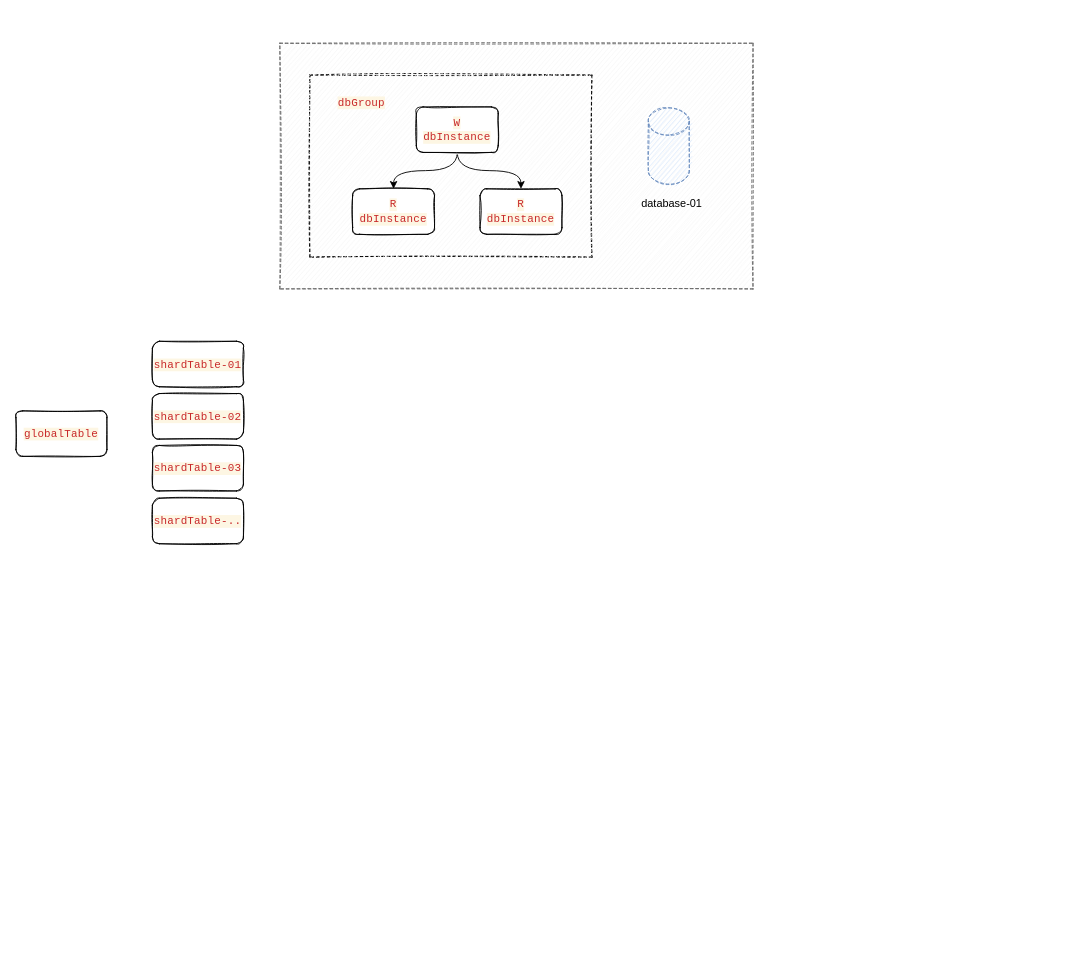
starjavaer/diagram keeps this draw.io diagram as 数据库中间件.drawio. Above is the earlier version. Source tidied: cells renumbered, new cells numbered last; positions are measured from the earlier drawing's top-left corner, leaving out a move shared by most shapes. Both pictures are drawn from the tidied source at 91%, with x=0, y=0 at pixel (15, 43).
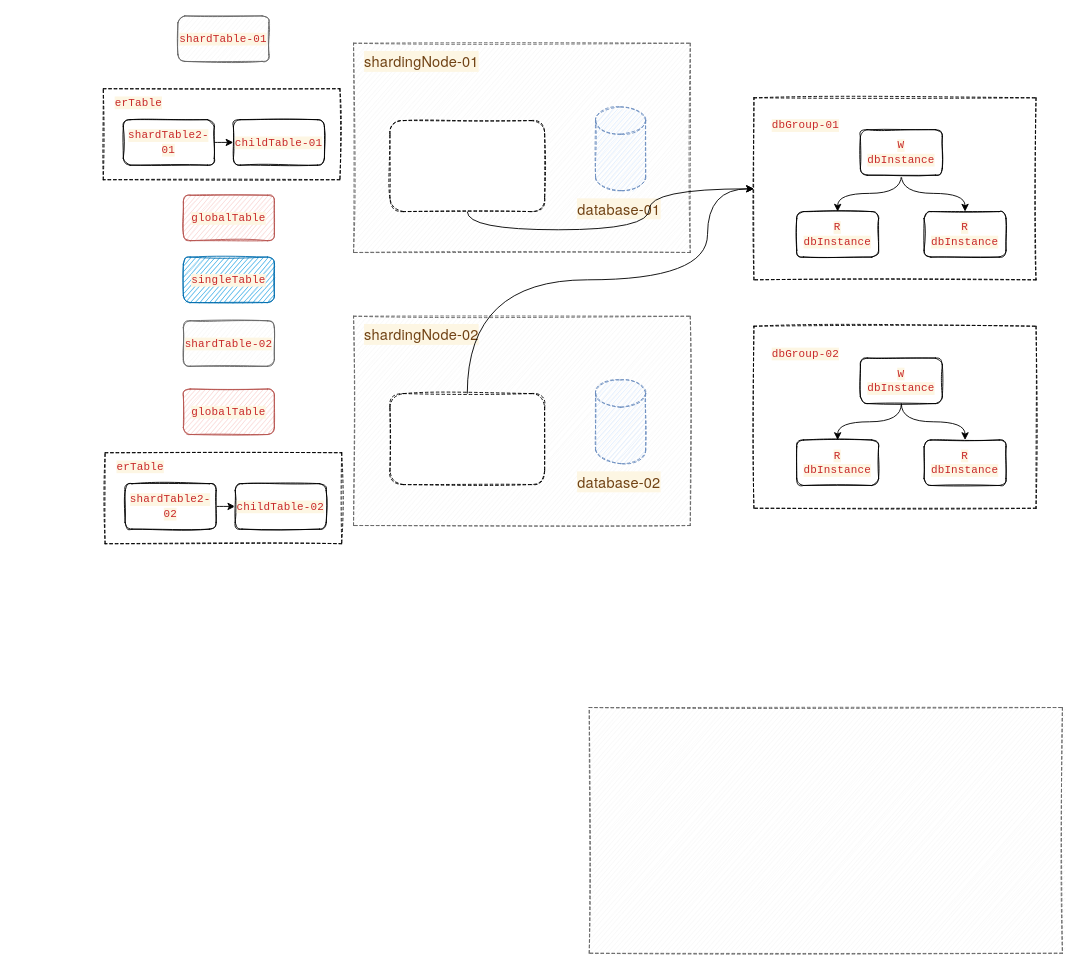
The same diagram, later.

Commit message (it also covers changes not shown here):
Update 数据库中间件.drawio

Diff of the diagram source:
```diff
@@
+    <mxCell id="17" style="rounded=0;whiteSpace=wrap;html=1;dashed=1;sketch=1;" parent="1" vertex="1">
+      <mxGeometry x="96" y="50" width="260" height="100" as="geometry" />
+    </mxCell>
+    <mxCell id="3" style="rounded=0;whiteSpace=wrap;html=1;sketch=1;fillColor=#f5f5f5;fontColor=#333333;strokeColor=#666666;dashed=1;" parent="1" vertex="1">
+      <mxGeometry x="371" width="370" height="230" as="geometry" />
+    </mxCell>
     <mxCell id="2" style="rounded=0;whiteSpace=wrap;html=1;dashed=1;sketch=1;" parent="1" vertex="1">
-      <mxGeometry x="323" y="35" width="310" height="200" as="geometry" />
+      <mxGeometry x="811" y="60" width="310" height="200" as="geometry" />
     </mxCell>
-    <mxCell id="3" style="rounded=0;whiteSpace=wrap;html=1;sketch=1;fillColor=#f5f5f5;fontColor=#333333;strokeColor=#666666;dashed=1;" parent="1" vertex="1">
-      <mxGeometry x="290" width="520" height="270" as="geometry" />
-    </mxCell>
@@
     <mxCell id="6" value="&lt;span style=&quot;color: rgb(200 , 40 , 41) ; font-size: inherit ; font-family: &amp;#34;consolas&amp;#34; , &amp;#34;liberation mono&amp;#34; , &amp;#34;menlo&amp;#34; , &amp;#34;courier&amp;#34; , monospace ; background-color: rgb(253 , 246 , 227) ; letter-spacing: 0.2px&quot;&gt;W dbInstance&lt;/span&gt;" style="rounded=1;whiteSpace=wrap;html=1;sketch=1;" parent="1" vertex="1">
-      <mxGeometry x="440" y="70" width="90" height="50" as="geometry" />
+      <mxGeometry x="928" y="95" width="90" height="50" as="geometry" />
     </mxCell>
     <mxCell id="7" value="&lt;span style=&quot;color: rgb(200 , 40 , 41) ; font-family: &amp;#34;consolas&amp;#34; , &amp;#34;liberation mono&amp;#34; , &amp;#34;menlo&amp;#34; , &amp;#34;courier&amp;#34; , monospace ; letter-spacing: 0.2px ; background-color: rgb(253 , 246 , 227)&quot;&gt;R&lt;br&gt;&lt;/span&gt;&lt;span style=&quot;color: rgb(200 , 40 , 41) ; font-size: inherit ; font-family: &amp;#34;consolas&amp;#34; , &amp;#34;liberation mono&amp;#34; , &amp;#34;menlo&amp;#34; , &amp;#34;courier&amp;#34; , monospace ; background-color: rgb(253 , 246 , 227) ; letter-spacing: 0.2px&quot;&gt;dbInstance&lt;/span&gt;" style="rounded=1;whiteSpace=wrap;html=1;sketch=1;" parent="1" vertex="1">
-      <mxGeometry x="370" y="160" width="90" height="50" as="geometry" />
+      <mxGeometry x="858" y="185" width="90" height="50" as="geometry" />
     </mxCell>
     <mxCell id="8" value="&lt;span style=&quot;color: rgb(200 , 40 , 41) ; font-family: &amp;#34;consolas&amp;#34; , &amp;#34;liberation mono&amp;#34; , &amp;#34;menlo&amp;#34; , &amp;#34;courier&amp;#34; , monospace ; letter-spacing: 0.2px ; background-color: rgb(253 , 246 , 227)&quot;&gt;R&lt;br&gt;&lt;/span&gt;&lt;span style=&quot;font-size: inherit ; color: rgb(200 , 40 , 41) ; font-family: &amp;#34;consolas&amp;#34; , &amp;#34;liberation mono&amp;#34; , &amp;#34;menlo&amp;#34; , &amp;#34;courier&amp;#34; , monospace ; background-color: rgb(253 , 246 , 227) ; letter-spacing: 0.2px&quot;&gt;dbInstance&lt;/span&gt;" style="rounded=1;whiteSpace=wrap;html=1;sketch=1;" parent="1" vertex="1">
-      <mxGeometry x="510" y="160" width="90" height="50" as="geometry" />
+      <mxGeometry x="998" y="185" width="90" height="50" as="geometry" />
     </mxCell>
-    <mxCell id="9" value="&lt;span style=&quot;color: rgb(200 , 40 , 41) ; font-family: &amp;#34;consolas&amp;#34; , &amp;#34;liberation mono&amp;#34; , &amp;#34;menlo&amp;#34; , &amp;#34;courier&amp;#34; , monospace ; letter-spacing: 0.2px ; background-color: rgb(253 , 246 , 227)&quot;&gt;dbGroup&lt;/span&gt;" style="text;html=1;strokeColor=none;fillColor=none;align=center;verticalAlign=middle;whiteSpace=wrap;rounded=0;dashed=1;sketch=1;" parent="1" vertex="1">
-      <mxGeometry x="340" y="50" width="80" height="30" as="geometry" />
+    <mxCell id="9" value="&lt;span style=&quot;color: rgb(200 , 40 , 41) ; font-family: &amp;#34;consolas&amp;#34; , &amp;#34;liberation mono&amp;#34; , &amp;#34;menlo&amp;#34; , &amp;#34;courier&amp;#34; , monospace ; letter-spacing: 0.2px ; background-color: rgb(253 , 246 , 227)&quot;&gt;dbGroup-01&lt;/span&gt;" style="text;html=1;strokeColor=none;fillColor=none;align=center;verticalAlign=middle;whiteSpace=wrap;rounded=0;dashed=1;sketch=1;" parent="1" vertex="1">
+      <mxGeometry x="828" y="75" width="80" height="30" as="geometry" />
     </mxCell>
     <mxCell id="10" style="shape=cylinder3;whiteSpace=wrap;html=1;boundedLbl=1;backgroundOutline=1;size=15;dashed=1;sketch=1;fillColor=#dae8fc;strokeColor=#6c8ebf;" parent="1" vertex="1">
-      <mxGeometry x="695" y="71" width="45" height="84" as="geometry" />
+      <mxGeometry x="637" y="70" width="55" height="92" as="geometry" />
     </mxCell>
-    <mxCell id="11" value="database-01" style="text;html=1;strokeColor=none;fillColor=none;align=center;verticalAlign=middle;whiteSpace=wrap;rounded=0;dashed=1;sketch=1;" parent="1" vertex="1">
-      <mxGeometry x="686" y="161" width="70" height="30" as="geometry" />
+    <mxCell id="11" value="&lt;span style=&quot;color: rgb(112 , 66 , 20) ; font-family: &amp;#34;helvetica neue&amp;#34; , &amp;#34;helvetica&amp;#34; , &amp;#34;arial&amp;#34; , sans-serif ; font-size: 16px ; letter-spacing: 0.2px ; background-color: rgb(253 , 246 , 227)&quot;&gt;database-01&lt;/span&gt;" style="text;html=1;strokeColor=none;fillColor=none;align=center;verticalAlign=middle;whiteSpace=wrap;rounded=0;dashed=1;sketch=1;" parent="1" vertex="1">
+      <mxGeometry x="611" y="167" width="104" height="30" as="geometry" />
     </mxCell>
-    <mxCell id="12" value="&lt;font color=&quot;#c82829&quot; face=&quot;consolas, liberation mono, menlo, courier, monospace&quot;&gt;&lt;span style=&quot;letter-spacing: 0.2px ; background-color: rgb(253 , 246 , 227)&quot;&gt;shardTable-01&lt;/span&gt;&lt;/font&gt;" style="rounded=1;whiteSpace=wrap;html=1;sketch=1;" parent="1" vertex="1">
-      <mxGeometry x="150" y="327.5" width="100" height="50" as="geometry" />
+    <mxCell id="12" value="&lt;font color=&quot;#c82829&quot; face=&quot;consolas, liberation mono, menlo, courier, monospace&quot;&gt;&lt;span style=&quot;letter-spacing: 0.2px ; background-color: rgb(253 , 246 , 227)&quot;&gt;shardTable-01&lt;/span&gt;&lt;/font&gt;" style="rounded=1;whiteSpace=wrap;html=1;sketch=1;fillColor=#f5f5f5;fontColor=#333333;strokeColor=#666666;" parent="1" vertex="1">
+      <mxGeometry x="178" y="-30" width="100" height="50" as="geometry" />
     </mxCell>
-    <mxCell id="13" value="&lt;font color=&quot;#c82829&quot; face=&quot;consolas, liberation mono, menlo, courier, monospace&quot;&gt;&lt;span style=&quot;letter-spacing: 0.2px ; background-color: rgb(253 , 246 , 227)&quot;&gt;shardTable-02&lt;/span&gt;&lt;/font&gt;" style="rounded=1;whiteSpace=wrap;html=1;sketch=1;" parent="1" vertex="1">
-      <mxGeometry x="150" y="385" width="100" height="50" as="geometry" />
-    </mxCell>
-    <mxCell id="14" value="&lt;font color=&quot;#c82829&quot; face=&quot;consolas, liberation mono, menlo, courier, monospace&quot;&gt;&lt;span style=&quot;letter-spacing: 0.2px ; background-color: rgb(253 , 246 , 227)&quot;&gt;shardTable-..&lt;/span&gt;&lt;/font&gt;" style="rounded=1;whiteSpace=wrap;html=1;sketch=1;" parent="1" vertex="1">
-      <mxGeometry x="150" y="500" width="100" height="50" as="geometry" />
-    </mxCell>
-    <mxCell id="15" value="&lt;font color=&quot;#c82829&quot; face=&quot;consolas, liberation mono, menlo, courier, monospace&quot;&gt;&lt;span style=&quot;letter-spacing: 0.2px ; background-color: rgb(253 , 246 , 227)&quot;&gt;shardTable-03&lt;/span&gt;&lt;/font&gt;" style="rounded=1;whiteSpace=wrap;html=1;sketch=1;" parent="1" vertex="1">
-      <mxGeometry x="150" y="442" width="100" height="50" as="geometry" />
+    <mxCell id="15" value="&lt;font color=&quot;#c82829&quot; face=&quot;consolas, liberation mono, menlo, courier, monospace&quot;&gt;&lt;span style=&quot;letter-spacing: 0.2px ; background-color: rgb(253 , 246 , 227)&quot;&gt;shardTable-02&lt;/span&gt;&lt;/font&gt;" style="rounded=1;whiteSpace=wrap;html=1;sketch=1;fillColor=#f5f5f5;fontColor=#333333;strokeColor=#666666;" parent="1" vertex="1">
+      <mxGeometry x="184" y="305" width="100" height="50" as="geometry" />
     </mxCell>
-    <mxCell id="16" value="&lt;font color=&quot;#c82829&quot; face=&quot;consolas, liberation mono, menlo, courier, monospace&quot;&gt;&lt;span style=&quot;letter-spacing: 0.2px ; background-color: rgb(253 , 246 , 227)&quot;&gt;globalTable&lt;/span&gt;&lt;/font&gt;" style="rounded=1;whiteSpace=wrap;html=1;sketch=1;" parent="1" vertex="1">
-      <mxGeometry y="404" width="100" height="50" as="geometry" />
+    <mxCell id="16" value="&lt;font color=&quot;#c82829&quot; face=&quot;consolas, liberation mono, menlo, courier, monospace&quot;&gt;&lt;span style=&quot;letter-spacing: 0.2px ; background-color: rgb(253 , 246 , 227)&quot;&gt;globalTable&lt;/span&gt;&lt;/font&gt;" style="rounded=1;whiteSpace=wrap;html=1;sketch=1;fillColor=#f8cecc;strokeColor=#b85450;" parent="1" vertex="1">
+      <mxGeometry x="184" y="380" width="100" height="50" as="geometry" />
     </mxCell>
+    <mxCell id="18" style="rounded=0;whiteSpace=wrap;html=1;dashed=1;sketch=1;" parent="1" vertex="1">
+      <mxGeometry x="811" y="311" width="310" height="200" as="geometry" />
+    </mxCell>
+    <mxCell id="19" style="rounded=0;whiteSpace=wrap;html=1;sketch=1;fillColor=#f5f5f5;fontColor=#333333;strokeColor=#666666;dashed=1;" parent="1" vertex="1">
+      <mxGeometry x="630" y="730" width="520" height="270" as="geometry" />
+    </mxCell>
+    <mxCell id="20" style="edgeStyle=orthogonalEdgeStyle;jettySize=auto;html=1;exitX=0.5;exitY=1;exitDx=0;exitDy=0;entryX=0.5;entryY=0;entryDx=0;entryDy=0;curved=1;" parent="1" edge="1" source="22" target="23">
+      <mxGeometry relative="1" as="geometry" />
+    </mxCell>
+    <mxCell id="21" style="edgeStyle=orthogonalEdgeStyle;jettySize=auto;html=1;exitX=0.5;exitY=1;exitDx=0;exitDy=0;entryX=0.5;entryY=0;entryDx=0;entryDy=0;curved=1;" parent="1" edge="1" source="22" target="24">
+      <mxGeometry relative="1" as="geometry" />
+    </mxCell>
+    <mxCell id="22" value="&lt;span style=&quot;color: rgb(200 , 40 , 41) ; font-size: inherit ; font-family: &amp;#34;consolas&amp;#34; , &amp;#34;liberation mono&amp;#34; , &amp;#34;menlo&amp;#34; , &amp;#34;courier&amp;#34; , monospace ; background-color: rgb(253 , 246 , 227) ; letter-spacing: 0.2px&quot;&gt;W dbInstance&lt;/span&gt;" style="rounded=1;whiteSpace=wrap;html=1;sketch=1;" parent="1" vertex="1">
+      <mxGeometry x="928" y="346" width="90" height="50" as="geometry" />
+    </mxCell>
+    <mxCell id="23" value="&lt;span style=&quot;color: rgb(200 , 40 , 41) ; font-family: &amp;#34;consolas&amp;#34; , &amp;#34;liberation mono&amp;#34; , &amp;#34;menlo&amp;#34; , &amp;#34;courier&amp;#34; , monospace ; letter-spacing: 0.2px ; background-color: rgb(253 , 246 , 227)&quot;&gt;R&lt;br&gt;&lt;/span&gt;&lt;span style=&quot;color: rgb(200 , 40 , 41) ; font-size: inherit ; font-family: &amp;#34;consolas&amp;#34; , &amp;#34;liberation mono&amp;#34; , &amp;#34;menlo&amp;#34; , &amp;#34;courier&amp;#34; , monospace ; background-color: rgb(253 , 246 , 227) ; letter-spacing: 0.2px&quot;&gt;dbInstance&lt;/span&gt;" style="rounded=1;whiteSpace=wrap;html=1;sketch=1;" parent="1" vertex="1">
+      <mxGeometry x="858" y="436" width="90" height="50" as="geometry" />
+    </mxCell>
+    <mxCell id="24" value="&lt;span style=&quot;color: rgb(200 , 40 , 41) ; font-family: &amp;#34;consolas&amp;#34; , &amp;#34;liberation mono&amp;#34; , &amp;#34;menlo&amp;#34; , &amp;#34;courier&amp;#34; , monospace ; letter-spacing: 0.2px ; background-color: rgb(253 , 246 , 227)&quot;&gt;R&lt;br&gt;&lt;/span&gt;&lt;span style=&quot;font-size: inherit ; color: rgb(200 , 40 , 41) ; font-family: &amp;#34;consolas&amp;#34; , &amp;#34;liberation mono&amp;#34; , &amp;#34;menlo&amp;#34; , &amp;#34;courier&amp;#34; , monospace ; background-color: rgb(253 , 246 , 227) ; letter-spacing: 0.2px&quot;&gt;dbInstance&lt;/span&gt;" style="rounded=1;whiteSpace=wrap;html=1;sketch=1;" parent="1" vertex="1">
+      <mxGeometry x="998" y="436" width="90" height="50" as="geometry" />
+    </mxCell>
+    <mxCell id="25" value="&lt;span style=&quot;color: rgb(200 , 40 , 41) ; font-family: &amp;#34;consolas&amp;#34; , &amp;#34;liberation mono&amp;#34; , &amp;#34;menlo&amp;#34; , &amp;#34;courier&amp;#34; , monospace ; letter-spacing: 0.2px ; background-color: rgb(253 , 246 , 227)&quot;&gt;dbGroup-02&lt;/span&gt;" style="text;html=1;strokeColor=none;fillColor=none;align=center;verticalAlign=middle;whiteSpace=wrap;rounded=0;dashed=1;sketch=1;" parent="1" vertex="1">
+      <mxGeometry x="828" y="326" width="80" height="30" as="geometry" />
+    </mxCell>
+    <mxCell id="26" value="&lt;span style=&quot;color: rgb(112 , 66 , 20) ; font-family: &amp;#34;helvetica neue&amp;#34; , &amp;#34;helvetica&amp;#34; , &amp;#34;arial&amp;#34; , sans-serif ; font-size: 16px ; letter-spacing: 0.2px ; background-color: rgb(253 , 246 , 227)&quot;&gt;shardingNode-01&lt;/span&gt;" style="text;html=1;strokeColor=none;fillColor=none;align=center;verticalAlign=middle;whiteSpace=wrap;rounded=0;dashed=1;sketch=1;" parent="1" vertex="1">
+      <mxGeometry x="381" y="5" width="130" height="30" as="geometry" />
+    </mxCell>
+    <mxCell id="27" style="edgeStyle=orthogonalEdgeStyle;curved=1;jettySize=auto;html=1;exitX=0.5;exitY=1;exitDx=0;exitDy=0;" parent="1" edge="1" source="28" target="2">
+      <mxGeometry relative="1" as="geometry" />
+    </mxCell>
+    <mxCell id="28" style="rounded=1;whiteSpace=wrap;html=1;dashed=1;sketch=1;" parent="1" vertex="1">
+      <mxGeometry x="411" y="85" width="170" height="100" as="geometry" />
+    </mxCell>
+    <mxCell id="29" style="rounded=0;whiteSpace=wrap;html=1;sketch=1;fillColor=#f5f5f5;fontColor=#333333;strokeColor=#666666;dashed=1;" parent="1" vertex="1">
+      <mxGeometry x="371" y="300" width="370" height="230" as="geometry" />
+    </mxCell>
+    <mxCell id="30" style="shape=cylinder3;whiteSpace=wrap;html=1;boundedLbl=1;backgroundOutline=1;size=15;dashed=1;sketch=1;fillColor=#dae8fc;strokeColor=#6c8ebf;" parent="1" vertex="1">
+      <mxGeometry x="637" y="370" width="55" height="92" as="geometry" />
+    </mxCell>
+    <mxCell id="31" value="&lt;span style=&quot;color: rgb(112 , 66 , 20) ; font-family: &amp;#34;helvetica neue&amp;#34; , &amp;#34;helvetica&amp;#34; , &amp;#34;arial&amp;#34; , sans-serif ; font-size: 16px ; letter-spacing: 0.2px ; background-color: rgb(253 , 246 , 227)&quot;&gt;database-02&lt;/span&gt;" style="text;html=1;strokeColor=none;fillColor=none;align=center;verticalAlign=middle;whiteSpace=wrap;rounded=0;dashed=1;sketch=1;" parent="1" vertex="1">
+      <mxGeometry x="611" y="467" width="104" height="30" as="geometry" />
+    </mxCell>
+    <mxCell id="32" value="&lt;span style=&quot;color: rgb(112 , 66 , 20) ; font-family: &amp;#34;helvetica neue&amp;#34; , &amp;#34;helvetica&amp;#34; , &amp;#34;arial&amp;#34; , sans-serif ; font-size: 16px ; letter-spacing: 0.2px ; background-color: rgb(253 , 246 , 227)&quot;&gt;shardingNode-02&lt;/span&gt;" style="text;html=1;strokeColor=none;fillColor=none;align=center;verticalAlign=middle;whiteSpace=wrap;rounded=0;dashed=1;sketch=1;" parent="1" vertex="1">
+      <mxGeometry x="381" y="305" width="130" height="30" as="geometry" />
+    </mxCell>
+    <mxCell id="33" style="edgeStyle=orthogonalEdgeStyle;curved=1;jettySize=auto;html=1;exitX=0.5;exitY=0;exitDx=0;exitDy=0;entryX=0;entryY=0.5;entryDx=0;entryDy=0;" parent="1" edge="1" source="34" target="2">
+      <mxGeometry relative="1" as="geometry">
+        <Array as="points">
+          <mxPoint x="496" y="260" />
+          <mxPoint x="760" y="260" />
+          <mxPoint x="760" y="160" />
+        </Array>
+      </mxGeometry>
+    </mxCell>
+    <mxCell id="34" style="rounded=1;whiteSpace=wrap;html=1;dashed=1;sketch=1;" parent="1" vertex="1">
+      <mxGeometry x="411" y="385" width="170" height="100" as="geometry" />
+    </mxCell>
+    <mxCell id="35" value="&lt;font color=&quot;#c82829&quot; face=&quot;consolas, liberation mono, menlo, courier, monospace&quot;&gt;&lt;span style=&quot;letter-spacing: 0.2px ; background-color: rgb(253 , 246 , 227)&quot;&gt;globalTable&lt;/span&gt;&lt;/font&gt;" style="rounded=1;whiteSpace=wrap;html=1;sketch=1;fillColor=#f8cecc;strokeColor=#b85450;" parent="1" vertex="1">
+      <mxGeometry x="184" y="167" width="100" height="50" as="geometry" />
+    </mxCell>
+    <mxCell id="36" value="&lt;font color=&quot;#c82829&quot; face=&quot;consolas, liberation mono, menlo, courier, monospace&quot;&gt;&lt;span style=&quot;letter-spacing: 0.2px ; background-color: rgb(253 , 246 , 227)&quot;&gt;singleTable&lt;/span&gt;&lt;/font&gt;" style="rounded=1;whiteSpace=wrap;html=1;sketch=1;fillColor=#1ba1e2;strokeColor=#006EAF;fontColor=#ffffff;" parent="1" vertex="1">
+      <mxGeometry x="184" y="235" width="100" height="50" as="geometry" />
+    </mxCell>
+    <mxCell id="37" style="edgeStyle=orthogonalEdgeStyle;curved=1;jettySize=auto;html=1;exitX=1;exitY=0.5;exitDx=0;exitDy=0;entryX=0;entryY=0.5;entryDx=0;entryDy=0;" parent="1" edge="1" source="38" target="39">
+      <mxGeometry relative="1" as="geometry" />
+    </mxCell>
+    <mxCell id="38" value="&lt;font color=&quot;#c82829&quot; face=&quot;consolas, liberation mono, menlo, courier, monospace&quot;&gt;&lt;span style=&quot;letter-spacing: 0.2px ; background-color: rgb(253 , 246 , 227)&quot;&gt;shardTable2-01&lt;/span&gt;&lt;/font&gt;" style="rounded=1;whiteSpace=wrap;html=1;sketch=1;" parent="1" vertex="1">
+      <mxGeometry x="118" y="84" width="100" height="50" as="geometry" />
+    </mxCell>
+    <mxCell id="39" value="&lt;font color=&quot;#c82829&quot; face=&quot;consolas, liberation mono, menlo, courier, monospace&quot;&gt;&lt;span style=&quot;letter-spacing: 0.2px ; background-color: rgb(253 , 246 , 227)&quot;&gt;childTable-01&lt;/span&gt;&lt;/font&gt;" style="rounded=1;whiteSpace=wrap;html=1;sketch=1;" parent="1" vertex="1">
+      <mxGeometry x="239" y="84" width="100" height="50" as="geometry" />
+    </mxCell>
+    <mxCell id="40" value="&lt;span style=&quot;color: rgb(200 , 40 , 41) ; font-family: &amp;#34;consolas&amp;#34; , &amp;#34;liberation mono&amp;#34; , &amp;#34;menlo&amp;#34; , &amp;#34;courier&amp;#34; , monospace ; letter-spacing: 0.2px ; background-color: rgb(253 , 246 , 227)&quot;&gt;erTable&lt;/span&gt;" style="text;html=1;strokeColor=none;fillColor=none;align=center;verticalAlign=middle;whiteSpace=wrap;rounded=0;dashed=1;sketch=1;" parent="1" vertex="1">
+      <mxGeometry x="100" y="50" width="70" height="30" as="geometry" />
+    </mxCell>
+    <mxCell id="41" style="rounded=0;whiteSpace=wrap;html=1;dashed=1;sketch=1;" parent="1" vertex="1">
+      <mxGeometry x="98" y="450" width="260" height="100" as="geometry" />
+    </mxCell>
+    <mxCell id="42" style="edgeStyle=orthogonalEdgeStyle;curved=1;jettySize=auto;html=1;exitX=1;exitY=0.5;exitDx=0;exitDy=0;entryX=0;entryY=0.5;entryDx=0;entryDy=0;" parent="1" edge="1" source="43" target="44">
+      <mxGeometry relative="1" as="geometry" />
+    </mxCell>
+    <mxCell id="43" value="&lt;font color=&quot;#c82829&quot; face=&quot;consolas, liberation mono, menlo, courier, monospace&quot;&gt;&lt;span style=&quot;letter-spacing: 0.2px ; background-color: rgb(253 , 246 , 227)&quot;&gt;shardTable2-02&lt;/span&gt;&lt;/font&gt;" style="rounded=1;whiteSpace=wrap;html=1;sketch=1;" parent="1" vertex="1">
+      <mxGeometry x="120" y="484" width="100" height="50" as="geometry" />
+    </mxCell>
+    <mxCell id="44" value="&lt;font color=&quot;#c82829&quot; face=&quot;consolas, liberation mono, menlo, courier, monospace&quot;&gt;&lt;span style=&quot;letter-spacing: 0.2px ; background-color: rgb(253 , 246 , 227)&quot;&gt;childTable-02&lt;/span&gt;&lt;/font&gt;" style="rounded=1;whiteSpace=wrap;html=1;sketch=1;" parent="1" vertex="1">
+      <mxGeometry x="241" y="484" width="100" height="50" as="geometry" />
+    </mxCell>
+    <mxCell id="45" value="&lt;span style=&quot;color: rgb(200 , 40 , 41) ; font-family: &amp;#34;consolas&amp;#34; , &amp;#34;liberation mono&amp;#34; , &amp;#34;menlo&amp;#34; , &amp;#34;courier&amp;#34; , monospace ; letter-spacing: 0.2px ; background-color: rgb(253 , 246 , 227)&quot;&gt;erTable&lt;/span&gt;" style="text;html=1;strokeColor=none;fillColor=none;align=center;verticalAlign=middle;whiteSpace=wrap;rounded=0;dashed=1;sketch=1;" parent="1" vertex="1">
+      <mxGeometry x="102" y="450" width="70" height="30" as="geometry" />
+    </mxCell>
```
